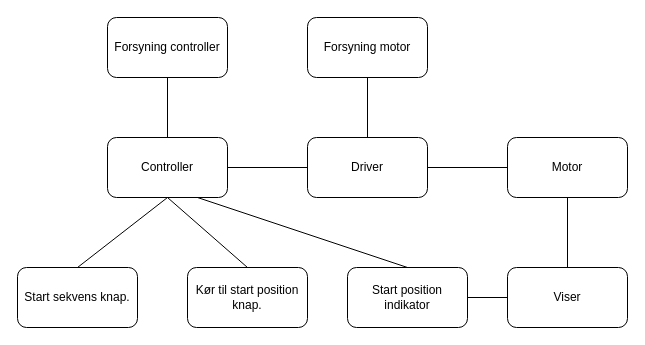
Earlier version of the draw.io diagram doc/HOD_ur.drawio (sorennohr/hod_ur). Source tidied: cells renumbered, new cells numbered last; positions are measured from the earlier drawing's top-left corner, leaving out a move shared by most shapes. Both pictures are drawn from the tidied source at 100%, with x=0, y=0 at pixel (17, 17).
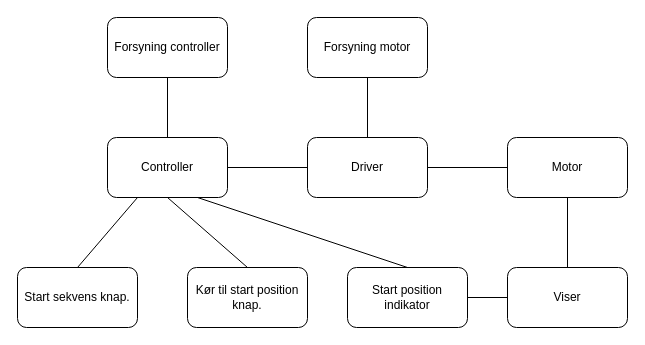
After the change.

What changed in the source:
```diff
@@
 <mxGraphModel>
   <root>
     <mxCell id="0" />
     <mxCell id="1" parent="0" />
     <mxCell id="2" value="Controller" style="rounded=1;whiteSpace=wrap;html=1;" parent="1" vertex="1">
       <mxGeometry x="90" y="120" width="120" height="60" as="geometry" />
     </mxCell>
     <mxCell id="3" value="Driver" style="rounded=1;whiteSpace=wrap;html=1;" parent="1" vertex="1">
       <mxGeometry x="290" y="120" width="120" height="60" as="geometry" />
     </mxCell>
     <mxCell id="4" value="Motor" style="rounded=1;whiteSpace=wrap;html=1;" parent="1" vertex="1">
       <mxGeometry x="490" y="120" width="120" height="60" as="geometry" />
     </mxCell>
     <mxCell id="5" value="Viser" style="rounded=1;whiteSpace=wrap;html=1;" parent="1" vertex="1">
       <mxGeometry x="490" y="250" width="120" height="60" as="geometry" />
     </mxCell>
     <mxCell id="6" value="Forsyning motor" style="rounded=1;whiteSpace=wrap;html=1;" parent="1" vertex="1">
       <mxGeometry x="290" width="120" height="60" as="geometry" />
     </mxCell>
     <mxCell id="7" value="Forsyning controller" style="rounded=1;whiteSpace=wrap;html=1;" parent="1" vertex="1">
       <mxGeometry x="90" width="120" height="60" as="geometry" />
     </mxCell>
     <mxCell id="8" style="endArrow=none;html=1;rounded=0;entryX=0.5;entryY=1;entryDx=0;entryDy=0;exitX=0.5;exitY=0;exitDx=0;exitDy=0;" parent="1" edge="1" source="2" target="7">
       <mxGeometry relative="1" as="geometry" />
     </mxCell>
     <mxCell id="9" style="endArrow=none;html=1;rounded=0;entryX=0.5;entryY=1;entryDx=0;entryDy=0;exitX=0.5;exitY=0;exitDx=0;exitDy=0;" parent="1" edge="1" source="3" target="6">
       <mxGeometry relative="1" as="geometry" />
     </mxCell>
     <mxCell id="10" style="endArrow=none;html=1;rounded=0;exitX=1;exitY=0.5;exitDx=0;exitDy=0;entryX=0;entryY=0.5;entryDx=0;entryDy=0;" parent="1" edge="1" source="2" target="3">
       <mxGeometry relative="1" as="geometry" />
     </mxCell>
     <mxCell id="11" style="endArrow=none;html=1;rounded=0;entryX=0;entryY=0.5;entryDx=0;entryDy=0;exitX=1;exitY=0.5;exitDx=0;exitDy=0;" parent="1" edge="1" source="3" target="4">
       <mxGeometry relative="1" as="geometry" />
     </mxCell>
     <mxCell id="12" style="endArrow=none;html=1;rounded=0;entryX=0.5;entryY=1;entryDx=0;entryDy=0;" parent="1" edge="1" source="5" target="4">
       <mxGeometry relative="1" as="geometry" />
     </mxCell>
     <mxCell id="13" value="Start sekvens knap." style="rounded=1;whiteSpace=wrap;html=1;" parent="1" vertex="1">
       <mxGeometry y="250" width="120" height="60" as="geometry" />
     </mxCell>
-    <mxCell id="14" style="endArrow=none;html=1;rounded=0;exitX=0.5;exitY=0;exitDx=0;exitDy=0;entryX=0.5;entryY=1;entryDx=0;entryDy=0;" parent="1" edge="1" source="13" target="2">
+    <mxCell id="14" style="endArrow=none;html=1;rounded=0;exitX=0.5;exitY=0;exitDx=0;exitDy=0;entryX=0.25;entryY=1;entryDx=0;entryDy=0;" parent="1" edge="1" source="13" target="2">
       <mxGeometry relative="1" as="geometry" />
     </mxCell>
     <mxCell id="15" value="Kør til start position knap." style="rounded=1;whiteSpace=wrap;html=1;" parent="1" vertex="1">
       <mxGeometry x="170" y="250" width="120" height="60" as="geometry" />
     </mxCell>
     <mxCell id="16" style="endArrow=none;html=1;rounded=0;exitX=0.5;exitY=0;exitDx=0;exitDy=0;entryX=0.5;entryY=1;entryDx=0;entryDy=0;" parent="1" edge="1" source="15" target="2">
       <mxGeometry relative="1" as="geometry" />
     </mxCell>
     <mxCell id="17" value="Start position indikator" style="rounded=1;whiteSpace=wrap;html=1;" parent="1" vertex="1">
       <mxGeometry x="330" y="250" width="120" height="60" as="geometry" />
     </mxCell>
     <mxCell id="18" style="endArrow=none;html=1;rounded=0;exitX=0.5;exitY=0;exitDx=0;exitDy=0;entryX=0.75;entryY=1;entryDx=0;entryDy=0;" parent="1" edge="1" source="17" target="2">
       <mxGeometry relative="1" as="geometry" />
     </mxCell>
     <mxCell id="19" style="endArrow=none;html=1;rounded=0;exitX=1;exitY=0.5;exitDx=0;exitDy=0;entryX=0;entryY=0.5;entryDx=0;entryDy=0;" parent="1" edge="1" source="17" target="5">
       <mxGeometry relative="1" as="geometry" />
     </mxCell>
   </root>
 </mxGraphModel>
```
